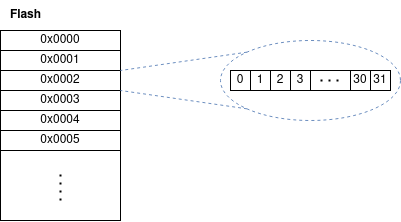
Earlier version of the draw.io export .images/register_size.png (hellesvik-nordic/samples_for_nrf_connect_sdk). Source tidied: cells renumbered, new cells last; positions are measured from the earlier drawing's top-left corner, leaving out a move shared by most shapes. Its diagram source:
```xml
<mxGraphModel>
  <root>
    <mxCell id="0" />
    <mxCell id="1" parent="0" />
    <mxCell id="2" style="rounded=0;whiteSpace=wrap;html=1;fillColor=none;" parent="1" vertex="1">
      <mxGeometry y="30" width="120" height="190" as="geometry" />
    </mxCell>
    <mxCell id="3" value="&lt;b&gt;Flash&lt;/b&gt;" style="text;html=1;align=center;verticalAlign=middle;strokeColor=none;fillColor=none;" parent="1" vertex="1">
      <mxGeometry width="50" height="30" as="geometry" />
    </mxCell>
    <mxCell id="4" value="0x0000" style="rounded=0;whiteSpace=wrap;html=1;fillColor=none;" parent="1" vertex="1">
      <mxGeometry y="30" width="120" height="20" as="geometry" />
    </mxCell>
    <mxCell id="5" value="0x0001" style="rounded=0;whiteSpace=wrap;html=1;fillColor=none;" parent="1" vertex="1">
      <mxGeometry y="50" width="120" height="20" as="geometry" />
    </mxCell>
    <mxCell id="6" value="0x0002" style="rounded=0;whiteSpace=wrap;html=1;fillColor=none;" parent="1" vertex="1">
      <mxGeometry y="70" width="120" height="20" as="geometry" />
    </mxCell>
    <mxCell id="7" value="0x0003" style="rounded=0;whiteSpace=wrap;html=1;fillColor=none;" parent="1" vertex="1">
      <mxGeometry y="90" width="120" height="20" as="geometry" />
    </mxCell>
    <mxCell id="8" value="0x0004" style="rounded=0;whiteSpace=wrap;html=1;fillColor=none;" parent="1" vertex="1">
      <mxGeometry y="110" width="120" height="20" as="geometry" />
    </mxCell>
    <mxCell id="9" value="&lt;div&gt;0x0005&lt;/div&gt;" style="rounded=0;whiteSpace=wrap;html=1;fillColor=none;" parent="1" vertex="1">
      <mxGeometry y="130" width="120" height="20" as="geometry" />
    </mxCell>
    <mxCell id="10" style="endArrow=none;dashed=1;html=1;dashPattern=1 3;strokeWidth=2;rounded=0;" parent="1" edge="1">
      <mxGeometry relative="1" as="geometry">
        <mxPoint x="60" y="200" as="sourcePoint" />
        <mxPoint x="60" y="170" as="targetPoint" />
      </mxGeometry>
    </mxCell>
    <mxCell id="11" style="ellipse;whiteSpace=wrap;html=1;fillColor=none;dashed=1;strokeColor=#6c8ebf;" parent="1" vertex="1">
      <mxGeometry x="220" y="40" width="180" height="80" as="geometry" />
    </mxCell>
    <mxCell id="12" style="endArrow=none;dashed=1;html=1;strokeWidth=1;rounded=0;entryX=1;entryY=0;entryDx=0;entryDy=0;exitX=0;exitY=0;exitDx=0;exitDy=0;fillColor=#dae8fc;strokeColor=#6c8ebf;" parent="1" edge="1" source="11" target="6">
      <mxGeometry relative="1" as="geometry" />
    </mxCell>
    <mxCell id="13" style="endArrow=none;dashed=1;html=1;strokeWidth=1;rounded=0;entryX=1;entryY=0;entryDx=0;entryDy=0;exitX=0;exitY=1;exitDx=0;exitDy=0;fillColor=#dae8fc;strokeColor=#6c8ebf;" parent="1" edge="1" source="11" target="7">
      <mxGeometry relative="1" as="geometry" />
    </mxCell>
    <mxCell id="14" style="rounded=0;whiteSpace=wrap;html=1;fillColor=none;" parent="1" vertex="1">
      <mxGeometry x="230" y="70" width="160" height="20" as="geometry" />
    </mxCell>
    <mxCell id="15" value="0" style="rounded=0;whiteSpace=wrap;html=1;fillColor=none;" parent="1" vertex="1">
      <mxGeometry x="230" y="70" width="20" height="20" as="geometry" />
    </mxCell>
    <mxCell id="16" value="1" style="rounded=0;whiteSpace=wrap;html=1;fillColor=none;" parent="1" vertex="1">
      <mxGeometry x="250" y="70" width="20" height="20" as="geometry" />
    </mxCell>
    <mxCell id="17" value="2" style="rounded=0;whiteSpace=wrap;html=1;fillColor=none;" parent="1" vertex="1">
      <mxGeometry x="270" y="70" width="20" height="20" as="geometry" />
    </mxCell>
    <mxCell id="18" value="3" style="rounded=0;whiteSpace=wrap;html=1;fillColor=none;" parent="1" vertex="1">
      <mxGeometry x="290" y="70" width="20" height="20" as="geometry" />
    </mxCell>
    <mxCell id="19" value="31" style="rounded=0;whiteSpace=wrap;html=1;fillColor=none;" parent="1" vertex="1">
      <mxGeometry x="370" y="70" width="20" height="20" as="geometry" />
    </mxCell>
    <mxCell id="20" value="30" style="rounded=0;whiteSpace=wrap;html=1;fillColor=none;" parent="1" vertex="1">
      <mxGeometry x="350" y="70" width="20" height="20" as="geometry" />
    </mxCell>
    <mxCell id="21" style="endArrow=none;dashed=1;html=1;dashPattern=1 3;strokeWidth=2;rounded=0;" parent="1" edge="1">
      <mxGeometry relative="1" as="geometry">
        <mxPoint x="320" y="80" as="sourcePoint" />
        <mxPoint x="340" y="80" as="targetPoint" />
      </mxGeometry>
    </mxCell>
  </root>
</mxGraphModel>
```
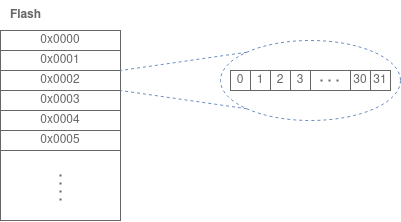
Later version of the same file.

Diff of the diagram source:
```diff
@@ -2,67 +2,67 @@
   <root>
     <mxCell id="0" />
     <mxCell id="1" parent="0" />
-    <mxCell id="2" style="rounded=0;whiteSpace=wrap;html=1;fillColor=none;" parent="1" vertex="1">
+    <mxCell id="2" style="rounded=0;whiteSpace=wrap;html=1;fillColor=none;fontColor=#666666;strokeColor=#666666;" parent="1" vertex="1">
       <mxGeometry y="30" width="120" height="190" as="geometry" />
     </mxCell>
-    <mxCell id="3" value="&lt;b&gt;Flash&lt;/b&gt;" style="text;html=1;align=center;verticalAlign=middle;strokeColor=none;fillColor=none;" parent="1" vertex="1">
+    <mxCell id="3" value="&lt;b&gt;Flash&lt;/b&gt;" style="text;html=1;align=center;verticalAlign=middle;strokeColor=none;fillColor=none;fontColor=#666666;" parent="1" vertex="1">
       <mxGeometry width="50" height="30" as="geometry" />
     </mxCell>
-    <mxCell id="4" value="0x0000" style="rounded=0;whiteSpace=wrap;html=1;fillColor=none;" parent="1" vertex="1">
+    <mxCell id="4" value="0x0000" style="rounded=0;whiteSpace=wrap;html=1;fillColor=none;fontColor=#666666;strokeColor=#666666;" parent="1" vertex="1">
       <mxGeometry y="30" width="120" height="20" as="geometry" />
     </mxCell>
-    <mxCell id="5" value="0x0001" style="rounded=0;whiteSpace=wrap;html=1;fillColor=none;" parent="1" vertex="1">
+    <mxCell id="5" value="0x0001" style="rounded=0;whiteSpace=wrap;html=1;fillColor=none;fontColor=#666666;strokeColor=#666666;" parent="1" vertex="1">
       <mxGeometry y="50" width="120" height="20" as="geometry" />
     </mxCell>
-    <mxCell id="6" value="0x0002" style="rounded=0;whiteSpace=wrap;html=1;fillColor=none;" parent="1" vertex="1">
+    <mxCell id="6" value="0x0002" style="rounded=0;whiteSpace=wrap;html=1;fillColor=none;fontColor=#666666;strokeColor=#666666;" parent="1" vertex="1">
       <mxGeometry y="70" width="120" height="20" as="geometry" />
     </mxCell>
-    <mxCell id="7" value="0x0003" style="rounded=0;whiteSpace=wrap;html=1;fillColor=none;" parent="1" vertex="1">
+    <mxCell id="7" value="0x0003" style="rounded=0;whiteSpace=wrap;html=1;fillColor=none;fontColor=#666666;strokeColor=#666666;" parent="1" vertex="1">
       <mxGeometry y="90" width="120" height="20" as="geometry" />
     </mxCell>
-    <mxCell id="8" value="0x0004" style="rounded=0;whiteSpace=wrap;html=1;fillColor=none;" parent="1" vertex="1">
+    <mxCell id="8" value="0x0004" style="rounded=0;whiteSpace=wrap;html=1;fillColor=none;fontColor=#666666;strokeColor=#666666;" parent="1" vertex="1">
       <mxGeometry y="110" width="120" height="20" as="geometry" />
     </mxCell>
-    <mxCell id="9" value="&lt;div&gt;0x0005&lt;/div&gt;" style="rounded=0;whiteSpace=wrap;html=1;fillColor=none;" parent="1" vertex="1">
+    <mxCell id="9" value="&lt;div&gt;0x0005&lt;/div&gt;" style="rounded=0;whiteSpace=wrap;html=1;fillColor=none;fontColor=#666666;strokeColor=#666666;" parent="1" vertex="1">
       <mxGeometry y="130" width="120" height="20" as="geometry" />
     </mxCell>
-    <mxCell id="10" style="endArrow=none;dashed=1;html=1;dashPattern=1 3;strokeWidth=2;rounded=0;" parent="1" edge="1">
+    <mxCell id="10" style="endArrow=none;dashed=1;html=1;dashPattern=1 3;strokeWidth=2;rounded=0;fontColor=#666666;strokeColor=#666666;" parent="1" edge="1">
       <mxGeometry relative="1" as="geometry">
         <mxPoint x="60" y="200" as="sourcePoint" />
         <mxPoint x="60" y="170" as="targetPoint" />
       </mxGeometry>
     </mxCell>
-    <mxCell id="11" style="ellipse;whiteSpace=wrap;html=1;fillColor=none;dashed=1;strokeColor=#6c8ebf;" parent="1" vertex="1">
+    <mxCell id="11" style="ellipse;whiteSpace=wrap;html=1;fillColor=none;dashed=1;strokeColor=#6c8ebf;fontColor=#666666;" parent="1" vertex="1">
       <mxGeometry x="220" y="40" width="180" height="80" as="geometry" />
     </mxCell>
-    <mxCell id="12" style="endArrow=none;dashed=1;html=1;strokeWidth=1;rounded=0;entryX=1;entryY=0;entryDx=0;entryDy=0;exitX=0;exitY=0;exitDx=0;exitDy=0;fillColor=#dae8fc;strokeColor=#6c8ebf;" parent="1" edge="1" source="11" target="6">
+    <mxCell id="12" style="endArrow=none;dashed=1;html=1;strokeWidth=1;rounded=0;entryX=1;entryY=0;entryDx=0;entryDy=0;exitX=0;exitY=0;exitDx=0;exitDy=0;fillColor=#dae8fc;strokeColor=#6c8ebf;fontColor=#666666;" parent="1" edge="1" source="11" target="6">
       <mxGeometry relative="1" as="geometry" />
     </mxCell>
-    <mxCell id="13" style="endArrow=none;dashed=1;html=1;strokeWidth=1;rounded=0;entryX=1;entryY=0;entryDx=0;entryDy=0;exitX=0;exitY=1;exitDx=0;exitDy=0;fillColor=#dae8fc;strokeColor=#6c8ebf;" parent="1" edge="1" source="11" target="7">
+    <mxCell id="13" style="endArrow=none;dashed=1;html=1;strokeWidth=1;rounded=0;entryX=1;entryY=0;entryDx=0;entryDy=0;exitX=0;exitY=1;exitDx=0;exitDy=0;fillColor=#dae8fc;strokeColor=#6c8ebf;fontColor=#666666;" parent="1" edge="1" source="11" target="7">
       <mxGeometry relative="1" as="geometry" />
     </mxCell>
-    <mxCell id="14" style="rounded=0;whiteSpace=wrap;html=1;fillColor=none;" parent="1" vertex="1">
+    <mxCell id="14" style="rounded=0;whiteSpace=wrap;html=1;fillColor=none;fontColor=#666666;strokeColor=#666666;" parent="1" vertex="1">
       <mxGeometry x="230" y="70" width="160" height="20" as="geometry" />
     </mxCell>
-    <mxCell id="15" value="0" style="rounded=0;whiteSpace=wrap;html=1;fillColor=none;" parent="1" vertex="1">
+    <mxCell id="15" value="0" style="rounded=0;whiteSpace=wrap;html=1;fillColor=none;fontColor=#666666;strokeColor=#666666;" parent="1" vertex="1">
       <mxGeometry x="230" y="70" width="20" height="20" as="geometry" />
     </mxCell>
-    <mxCell id="16" value="1" style="rounded=0;whiteSpace=wrap;html=1;fillColor=none;" parent="1" vertex="1">
+    <mxCell id="16" value="1" style="rounded=0;whiteSpace=wrap;html=1;fillColor=none;fontColor=#666666;strokeColor=#666666;" parent="1" vertex="1">
       <mxGeometry x="250" y="70" width="20" height="20" as="geometry" />
     </mxCell>
-    <mxCell id="17" value="2" style="rounded=0;whiteSpace=wrap;html=1;fillColor=none;" parent="1" vertex="1">
+    <mxCell id="17" value="2" style="rounded=0;whiteSpace=wrap;html=1;fillColor=none;fontColor=#666666;strokeColor=#666666;" parent="1" vertex="1">
       <mxGeometry x="270" y="70" width="20" height="20" as="geometry" />
     </mxCell>
-    <mxCell id="18" value="3" style="rounded=0;whiteSpace=wrap;html=1;fillColor=none;" parent="1" vertex="1">
+    <mxCell id="18" value="3" style="rounded=0;whiteSpace=wrap;html=1;fillColor=none;fontColor=#666666;strokeColor=#666666;" parent="1" vertex="1">
       <mxGeometry x="290" y="70" width="20" height="20" as="geometry" />
     </mxCell>
-    <mxCell id="19" value="31" style="rounded=0;whiteSpace=wrap;html=1;fillColor=none;" parent="1" vertex="1">
+    <mxCell id="19" value="31" style="rounded=0;whiteSpace=wrap;html=1;fillColor=none;fontColor=#666666;strokeColor=#666666;" parent="1" vertex="1">
       <mxGeometry x="370" y="70" width="20" height="20" as="geometry" />
     </mxCell>
-    <mxCell id="20" value="30" style="rounded=0;whiteSpace=wrap;html=1;fillColor=none;" parent="1" vertex="1">
+    <mxCell id="20" value="30" style="rounded=0;whiteSpace=wrap;html=1;fillColor=none;fontColor=#666666;strokeColor=#666666;" parent="1" vertex="1">
       <mxGeometry x="350" y="70" width="20" height="20" as="geometry" />
     </mxCell>
-    <mxCell id="21" style="endArrow=none;dashed=1;html=1;dashPattern=1 3;strokeWidth=2;rounded=0;" parent="1" edge="1">
+    <mxCell id="21" style="endArrow=none;dashed=1;html=1;dashPattern=1 3;strokeWidth=2;rounded=0;fontColor=#666666;strokeColor=#666666;" parent="1" edge="1">
       <mxGeometry relative="1" as="geometry">
         <mxPoint x="320" y="80" as="sourcePoint" />
         <mxPoint x="340" y="80" as="targetPoint" />
```
